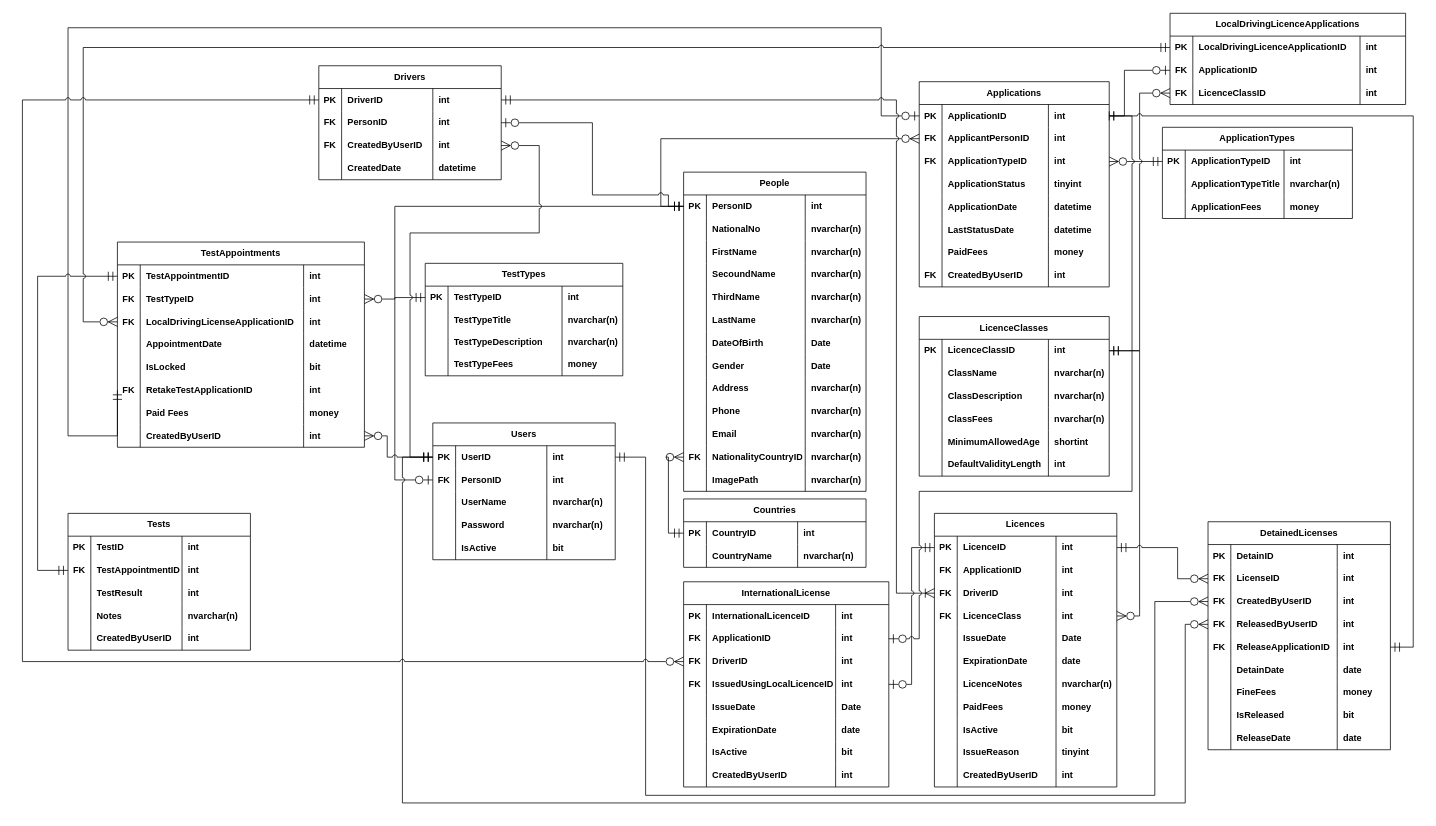
AhmedEmadh/Driving-License-Management-Desktop-App keeps this draw.io diagram as Database-Design/DrivingLicenseManagementDatabase.drawio. Above is the earlier version. Source tidied: cells renumbered, new cells numbered last; positions are measured from the earlier drawing's top-left corner, leaving out a move shared by most shapes. Both pictures are drawn from the tidied source at 76%, with x=0, y=0 at pixel (22, 13).
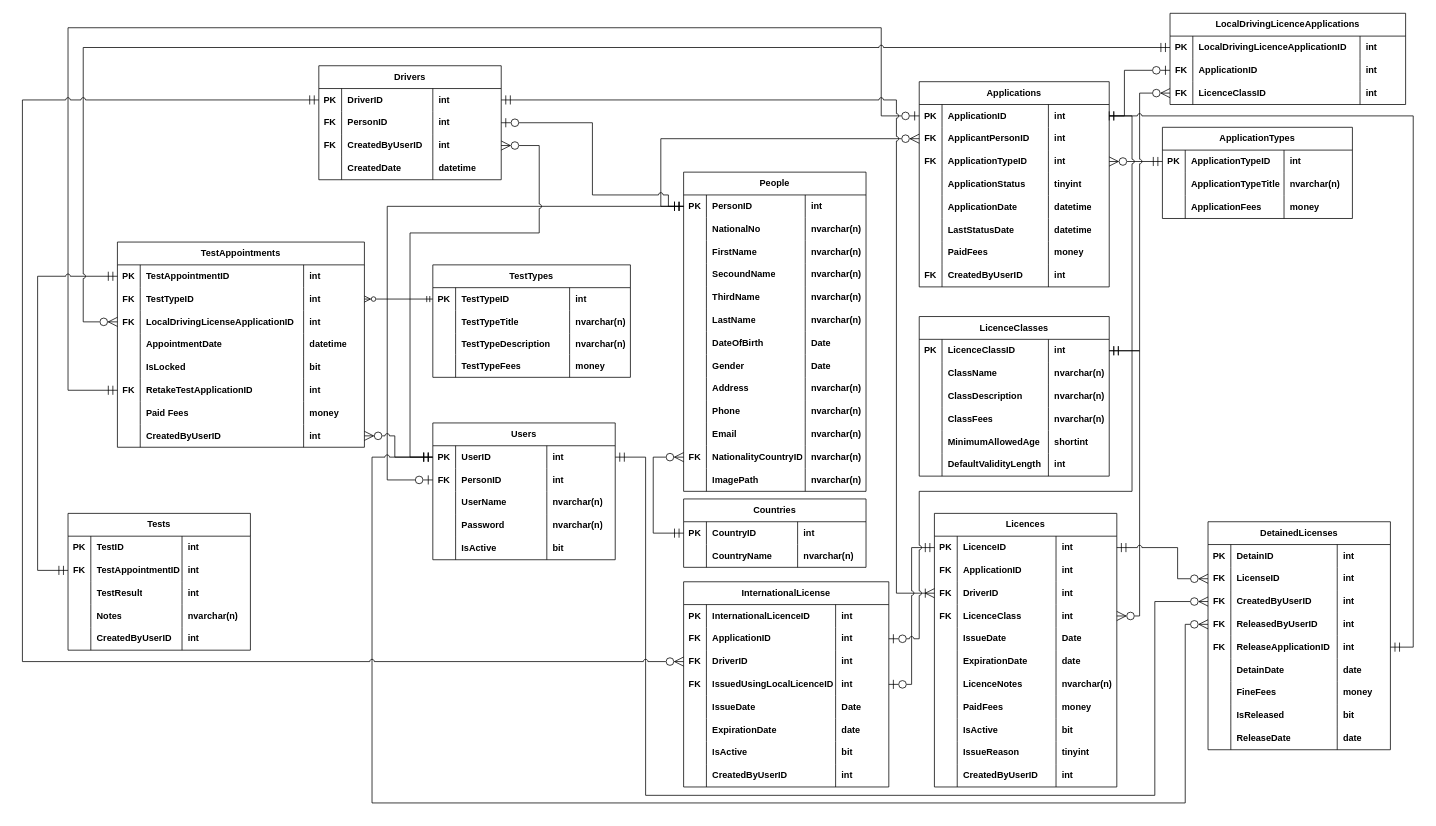
After the change.

Unchanged cells that the change refers to:
```xml
<mxCell id="3" style="shape=tableRow;horizontal=0;startSize=0;swimlaneHead=0;swimlaneBody=0;fillColor=none;points=[[0,0.5],[1,0.5]];portConstraint=eastwest;top=0;left=0;right=0;bottom=0;html=1;strokeColor=default;align=center;verticalAlign=middle;fontFamily=Helvetica;fontSize=12;fontColor=default;fontStyle=1;" parent="2" vertex="1">
  <mxGeometry y="30" width="250" height="30" as="geometry" />
</mxCell>
<mxCell id="121" style="shape=tableRow;horizontal=0;startSize=0;swimlaneHead=0;swimlaneBody=0;fillColor=none;points=[[0,0.5],[1,0.5]];portConstraint=eastwest;top=0;left=0;right=0;bottom=0;html=1;strokeColor=default;align=center;verticalAlign=middle;fontFamily=Helvetica;fontSize=12;fontColor=default;fontStyle=1;" parent="120" vertex="1">
  <mxGeometry y="30" width="240" height="30" as="geometry" />
</mxCell>
<mxCell id="165" style="shape=tableRow;horizontal=0;startSize=0;swimlaneHead=0;swimlaneBody=0;fillColor=none;points=[[0,0.5],[1,0.5]];portConstraint=eastwest;top=0;left=0;right=0;bottom=0;html=1;strokeColor=default;align=center;verticalAlign=middle;fontFamily=Helvetica;fontSize=12;fontColor=default;fontStyle=1;" parent="120" vertex="1">
  <mxGeometry y="360" width="240" height="30" as="geometry" />
</mxCell>
<mxCell id="179" style="shape=tableRow;horizontal=0;startSize=0;swimlaneHead=0;swimlaneBody=0;fillColor=none;points=[[0,0.5],[1,0.5]];portConstraint=eastwest;top=0;left=0;right=0;bottom=0;html=1;strokeColor=default;align=center;verticalAlign=middle;fontFamily=Helvetica;fontSize=12;fontColor=default;fontStyle=1;" parent="174" vertex="1">
  <mxGeometry y="60" width="325" height="30" as="geometry" />
</mxCell>
<mxCell id="195" style="shape=tableRow;horizontal=0;startSize=0;swimlaneHead=0;swimlaneBody=0;fillColor=none;points=[[0,0.5],[1,0.5]];portConstraint=eastwest;top=0;left=0;right=0;bottom=0;html=1;strokeColor=default;align=center;verticalAlign=middle;fontFamily=Helvetica;fontSize=12;fontColor=default;fontStyle=1;" parent="174" vertex="1">
  <mxGeometry y="180" width="325" height="30" as="geometry" />
</mxCell>
<mxCell id="203" style="shape=tableRow;horizontal=0;startSize=0;swimlaneHead=0;swimlaneBody=0;fillColor=none;points=[[0,0.5],[1,0.5]];portConstraint=eastwest;top=0;left=0;right=0;bottom=0;html=1;strokeColor=default;align=center;verticalAlign=middle;fontFamily=Helvetica;fontSize=12;fontColor=default;fontStyle=1;" parent="174" vertex="1">
  <mxGeometry y="240" width="325" height="30" as="geometry" />
</mxCell>
<mxCell id="208" style="shape=tableRow;horizontal=0;startSize=0;swimlaneHead=0;swimlaneBody=0;fillColor=none;points=[[0,0.5],[1,0.5]];portConstraint=eastwest;top=0;left=0;right=0;bottom=0;html=1;strokeColor=default;align=center;verticalAlign=middle;fontFamily=Helvetica;fontSize=12;fontColor=default;fontStyle=1;" parent="207" vertex="1">
  <mxGeometry y="30" width="260" height="30" as="geometry" />
</mxCell>
<mxCell id="225" style="shape=tableRow;horizontal=0;startSize=0;swimlaneHead=0;swimlaneBody=0;fillColor=none;points=[[0,0.5],[1,0.5]];portConstraint=eastwest;top=0;left=0;right=0;bottom=0;html=1;strokeColor=default;align=center;verticalAlign=middle;fontFamily=Helvetica;fontSize=12;fontColor=default;fontStyle=1;" parent="224" vertex="1">
  <mxGeometry y="30" width="240" height="30" as="geometry" />
</mxCell>
<mxCell id="235" style="shape=tableRow;horizontal=0;startSize=0;swimlaneHead=0;swimlaneBody=0;fillColor=none;points=[[0,0.5],[1,0.5]];portConstraint=eastwest;top=0;left=0;right=0;bottom=0;html=1;strokeColor=default;align=center;verticalAlign=middle;fontFamily=Helvetica;fontSize=12;fontColor=default;fontStyle=1;" parent="234" vertex="1">
  <mxGeometry y="30" width="240" height="30" as="geometry" />
</mxCell>
<mxCell id="239" style="shape=tableRow;horizontal=0;startSize=0;swimlaneHead=0;swimlaneBody=0;fillColor=none;points=[[0,0.5],[1,0.5]];portConstraint=eastwest;top=0;left=0;right=0;bottom=0;html=1;strokeColor=default;align=center;verticalAlign=middle;fontFamily=Helvetica;fontSize=12;fontColor=default;fontStyle=1;" parent="234" vertex="1">
  <mxGeometry y="60" width="240" height="30" as="geometry" />
</mxCell>
<mxCell id="327" style="shape=tableRow;horizontal=0;startSize=0;swimlaneHead=0;swimlaneBody=0;fillColor=none;points=[[0,0.5],[1,0.5]];portConstraint=eastwest;top=0;left=0;right=0;bottom=0;html=1;strokeColor=default;align=center;verticalAlign=middle;fontFamily=Helvetica;fontSize=12;fontColor=default;fontStyle=1;" parent="314" vertex="1">
  <mxGeometry y="120" width="240" height="30" as="geometry" />
</mxCell>
```

What changed in the source:
```diff
@@
     <mxCell id="74" style="edgeStyle=orthogonalEdgeStyle;rounded=0;jettySize=auto;html=1;exitX=0;exitY=0.5;exitDx=0;exitDy=0;entryX=0;entryY=0.5;entryDx=0;entryDy=0;strokeColor=default;jumpStyle=arc;endSize=10;startSize=10;endArrow=ERzeroToOne;endFill=0;startArrow=ERmandOne;startFill=0;" parent="1" edge="1" source="195" target="3">
       <mxGeometry relative="1" as="geometry">
         <Array as="points">
-          <mxPoint x="125" y="556" />
-          <mxPoint x="60" y="556" />
+          <mxPoint x="60" y="496" />
           <mxPoint x="60" y="19" />
           <mxPoint x="1130" y="19" />
           <mxPoint x="1130" y="135" />
         </Array>
       </mxGeometry>
     </mxCell>
@@
     <mxCell id="207" value="TestTypes" style="shape=table;startSize=30;childLayout=tableLayout;rowLines=0;fontStyle=1;align=center;html=1;whiteSpace=wrap;strokeColor=default;verticalAlign=middle;fontFamily=Helvetica;fontSize=12;fontColor=default;fillColor=default;" parent="1" vertex="1">
-      <mxGeometry x="530" y="329" width="260" height="148" as="geometry" />
+      <mxGeometry x="540" y="331" width="260" height="148" as="geometry" />
     </mxCell>
@@
     <mxCell id="233" style="edgeStyle=orthogonalEdgeStyle;rounded=0;jettySize=auto;html=1;exitX=0;exitY=0.5;exitDx=0;exitDy=0;entryX=0;entryY=0.5;entryDx=0;entryDy=0;strokeColor=default;jumpStyle=arc;endSize=10;startSize=10;endArrow=ERmandOne;endFill=0;startArrow=ERzeroToMany;startFill=0;" parent="1" edge="1" source="165" target="225">
-      <mxGeometry relative="1" as="geometry" />
+      <mxGeometry relative="1" as="geometry">
+        <Array as="points">
+          <mxPoint x="830" y="584" />
+          <mxPoint x="830" y="684" />
+        </Array>
+      </mxGeometry>
     </mxCell>
@@
     <mxCell id="255" style="edgeStyle=orthogonalEdgeStyle;rounded=0;jettySize=auto;html=1;exitX=0;exitY=0.5;exitDx=0;exitDy=0;entryX=0;entryY=0.5;entryDx=0;entryDy=0;strokeColor=default;jumpStyle=arc;endSize=10;startSize=10;endArrow=ERmandOne;endFill=0;startArrow=ERzeroToOne;startFill=0;" parent="1" edge="1" source="239" target="121">
       <mxGeometry relative="1" as="geometry">
         <Array as="points">
-          <mxPoint x="490" y="614" />
-          <mxPoint x="490" y="254" />
+          <mxPoint x="480" y="614" />
+          <mxPoint x="480" y="254" />
         </Array>
       </mxGeometry>
     </mxCell>
@@
-    <mxCell id="294" style="edgeStyle=orthogonalEdgeStyle;rounded=0;jettySize=auto;html=1;exitX=1;exitY=0.5;exitDx=0;exitDy=0;entryX=0;entryY=0.5;entryDx=0;entryDy=0;strokeColor=default;jumpStyle=arc;endSize=10;startSize=10;endArrow=ERmandOne;endFill=0;startArrow=ERzeroToMany;startFill=0;" parent="1" edge="1" source="179" target="208">
-      <mxGeometry relative="1" as="geometry">
-        <Array as="points">
-          <mxPoint x="490" y="376" />
-          <mxPoint x="490" y="374" />
-        </Array>
-      </mxGeometry>
-    </mxCell>
@@
     <mxCell id="354" style="edgeStyle=orthogonalEdgeStyle;rounded=0;jettySize=auto;html=1;exitX=0;exitY=0.5;exitDx=0;exitDy=0;entryX=0;entryY=0.5;entryDx=0;entryDy=0;strokeColor=default;jumpStyle=arc;endSize=10;startSize=10;endArrow=ERmandOne;endFill=0;startArrow=ERzeroToMany;startFill=0;" parent="1" edge="1" source="327" target="235">
       <mxGeometry relative="1" as="geometry">
         <Array as="points">
           <mxPoint x="1530" y="804" />
           <mxPoint x="1530" y="1039" />
-          <mxPoint x="500" y="1039" />
-          <mxPoint x="500" y="584" />
+          <mxPoint x="460" y="1039" />
+          <mxPoint x="460" y="584" />
         </Array>
       </mxGeometry>
     </mxCell>
@@
     <mxCell id="393" style="edgeStyle=orthogonalEdgeStyle;rounded=0;jettySize=auto;html=1;exitX=1;exitY=0.5;exitDx=0;exitDy=0;entryX=0;entryY=0.5;entryDx=0;entryDy=0;startArrow=ERzeroToMany;startFill=0;endArrow=ERmandOne;endFill=0;endSize=10;startSize=10;jumpStyle=arc;" parent="1" edge="1" source="203" target="235">
       <mxGeometry relative="1" as="geometry">
         <Array as="points">
-          <mxPoint x="480" y="556" />
-          <mxPoint x="480" y="584" />
+          <mxPoint x="490" y="556" />
+          <mxPoint x="490" y="584" />
         </Array>
       </mxGeometry>
     </mxCell>
+    <mxCell id="294" style="edgeStyle=orthogonalEdgeStyle;rounded=0;jettySize=auto;html=1;exitX=1;exitY=0.5;exitDx=0;exitDy=0;entryX=0;entryY=0.5;entryDx=0;entryDy=0;endArrow=ERmandOne;endFill=0;startArrow=ERzeroToMany;startFill=0;" parent="1" edge="1" source="179" target="208">
+      <mxGeometry relative="1" as="geometry" />
+    </mxCell>
```
